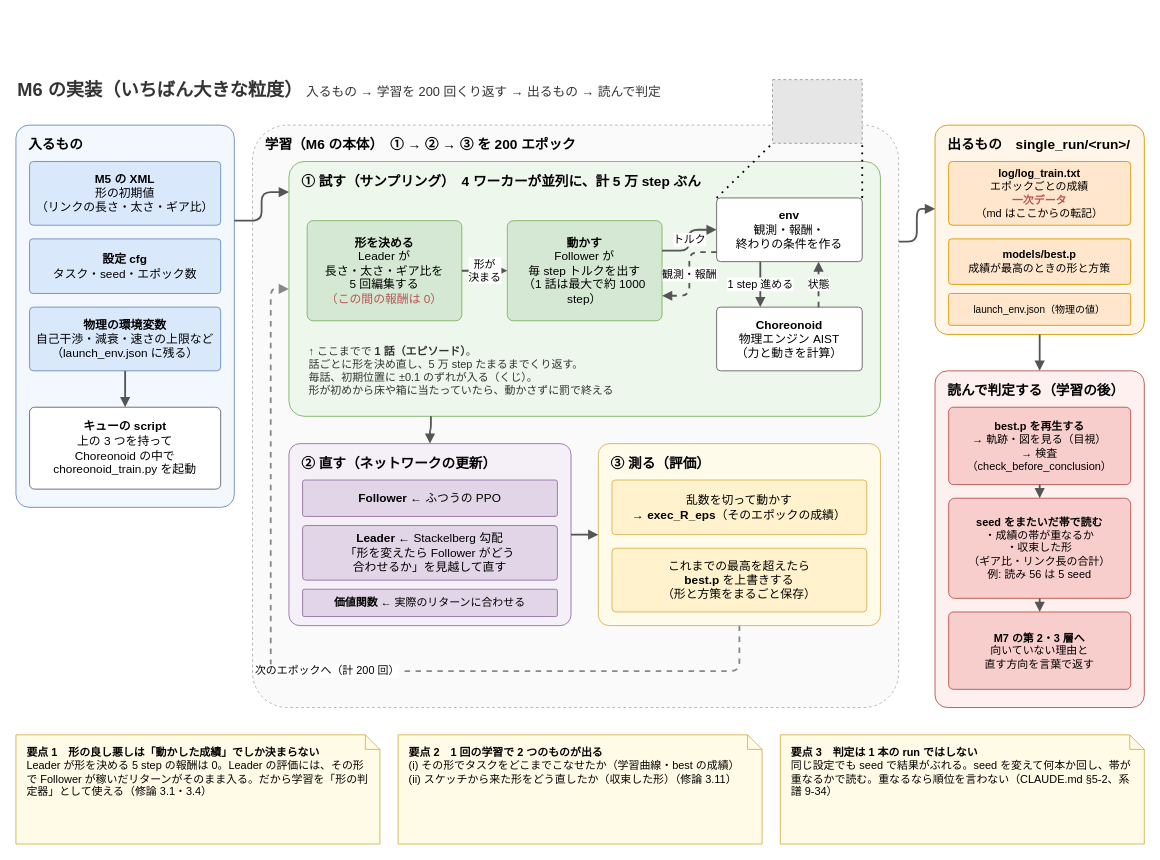
The draw.io diagram page "1 M6 の全体" (1 of 5) of docs/研究応用/執筆/使えそうな画像データ/M6の仕組み.drawio in 233301koshiro/StackelbergPPO, before the edit. Source tidied: cells renumbered, new cells numbered last; positions are measured from the earlier drawing's top-left corner, leaving out a move shared by most shapes. Both pictures are drawn from the tidied source at 91%, with x=0, y=0 at pixel (15, 70). Pictures stored in the file or linked from it are replaced by grey dashed boxes.
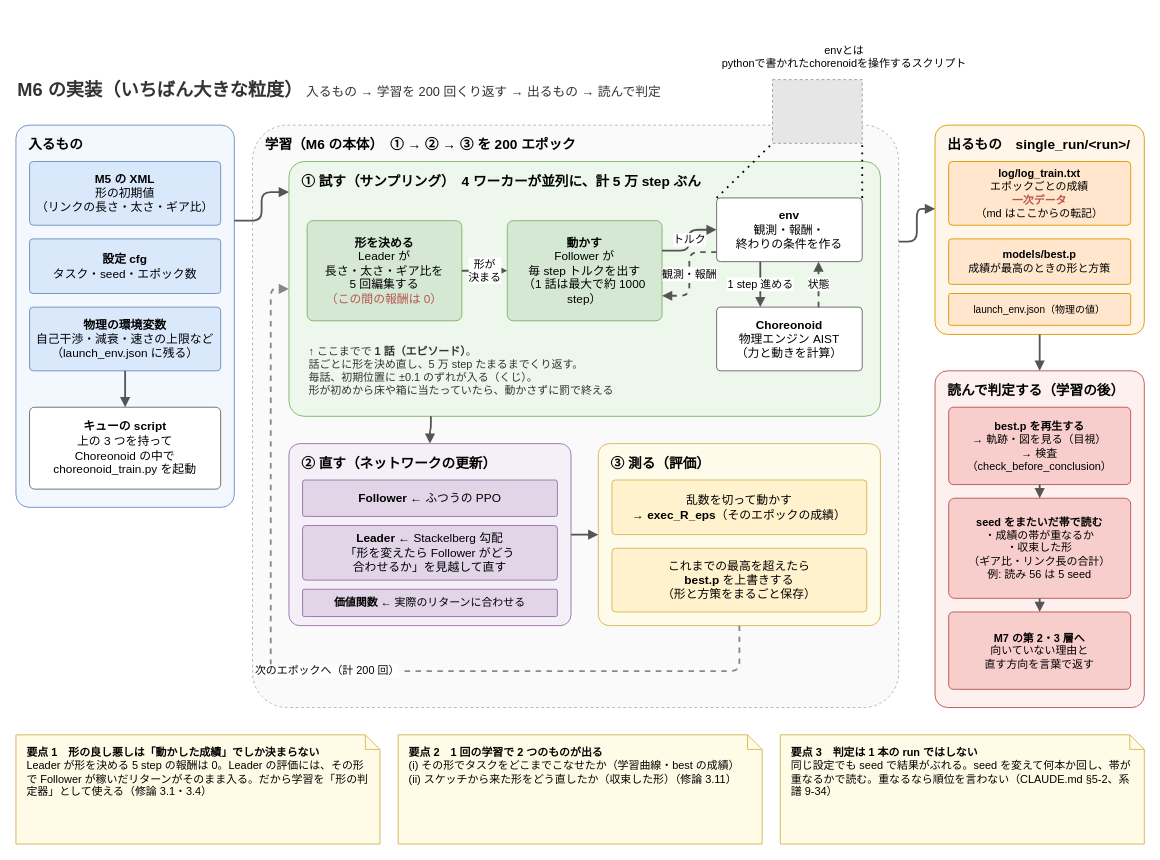
Above is the later version.

What changed in the source:
```diff
@@
+    <mxCell id="50" value="envとは&lt;br&gt;pythonで書かれたchorenoidを操作するスクリプト" style="text;html=1;whiteSpace=wrap;strokeColor=none;fillColor=none;align=center;verticalAlign=middle;rounded=0;" parent="1" vertex="1">
+      <mxGeometry x="750" y="-60" width="321" height="90" as="geometry" />
+    </mxCell>
```
